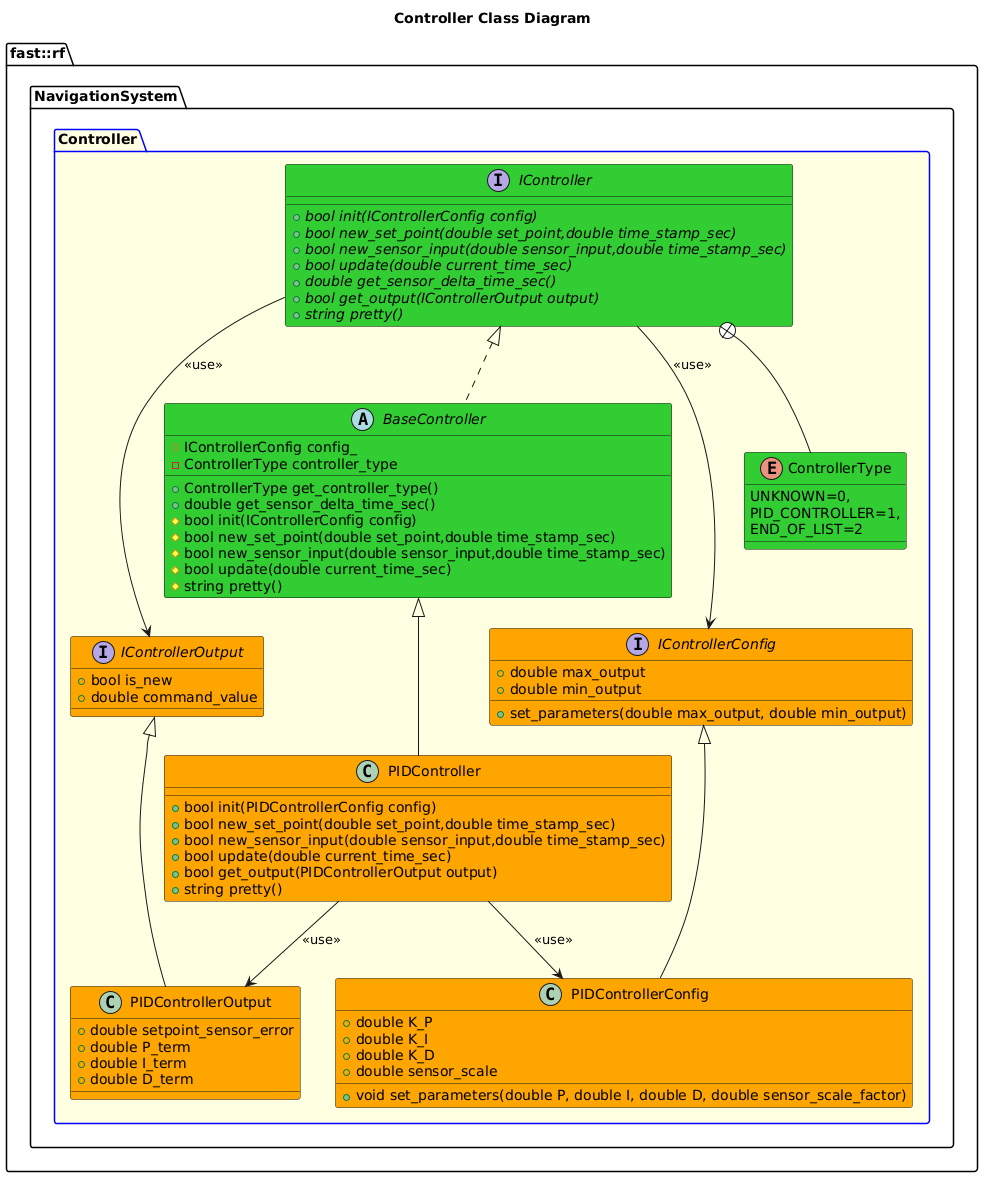
This is Systems/Navigation/doc/puml/ControllerClassDiagram.png from fastrobotics/robot_framework, a PlantUML export, as it was before one commit.
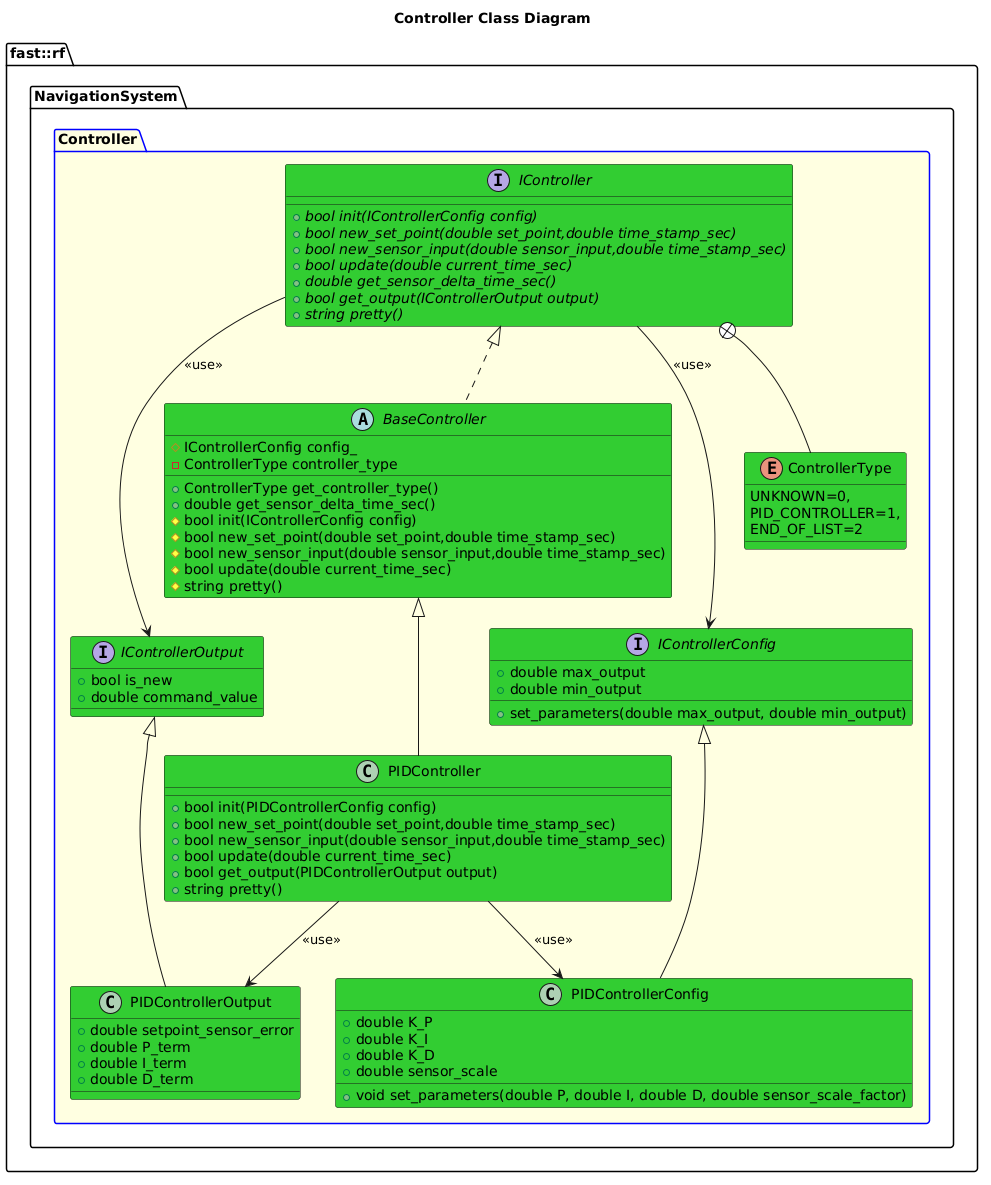
The same file after the commit.

Diff of the diagram source:
```diff
@@ -8,11 +8,11 @@
             PID_CONTROLLER=1,
             END_OF_LIST=2
         }
-        interface IControllerOutput #Orange {
+        interface IControllerOutput #LimeGreen {
             +bool is_new
             +double command_value
         }
-        interface IControllerConfig #Orange {
+        interface IControllerConfig #LimeGreen {
             +set_parameters(double max_output, double min_output)
             +double max_output
             +double min_output
@@ -44,14 +44,14 @@
             -ControllerType controller_type
         }
         BaseController .up.|> IController
-        class PIDControllerOutput #Orange {
+        class PIDControllerOutput #LimeGreen {
             +double setpoint_sensor_error
             +double P_term
             +double I_term
             +double D_term
         }
         PIDControllerOutput -up-|> IControllerOutput
-        class PIDControllerConfig #Orange {
+        class PIDControllerConfig #LimeGreen {
             +void set_parameters(double P, double I, double D, double sensor_scale_factor)
             +double K_P
             +double K_I
@@ -61,7 +61,7 @@
 
         }
         PIDControllerConfig -up-|> IControllerConfig
-        class PIDController #Orange {
+        class PIDController #LimeGreen {
             +bool init(PIDControllerConfig config)
             +bool new_set_point(double set_point,double time_stamp_sec)
             +bool new_sensor_input(double sensor_input,double time_stamp_sec)
```
